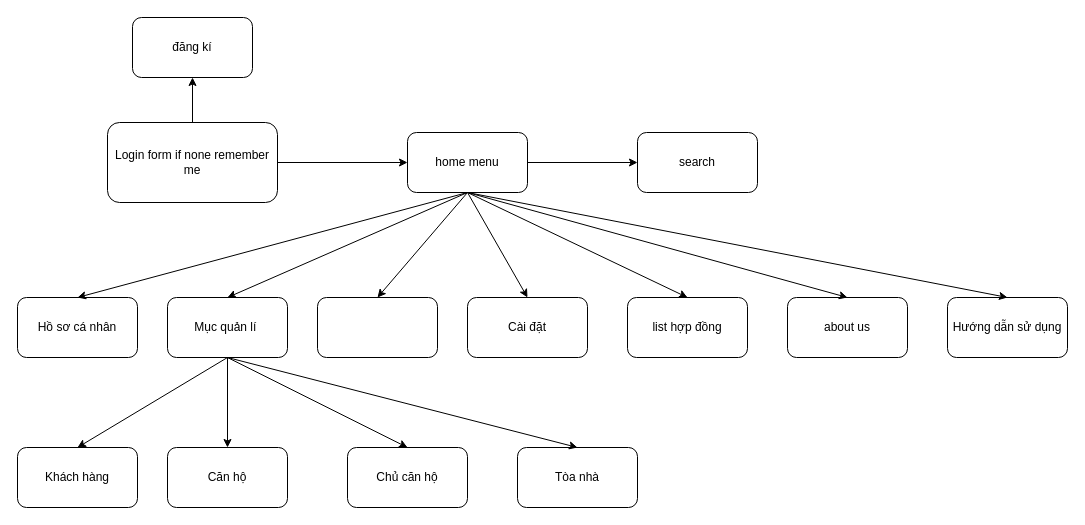
Earlier version of the draw.io diagram plan/SceneDiagram.drawio (DacVuCaMap/Project2-JavaApp). Source tidied: cells renumbered, new cells numbered last; positions are measured from the earlier drawing's top-left corner, leaving out a move shared by most shapes. Both pictures are drawn from the tidied source at 100%, with x=0, y=0 at pixel (17, 17).
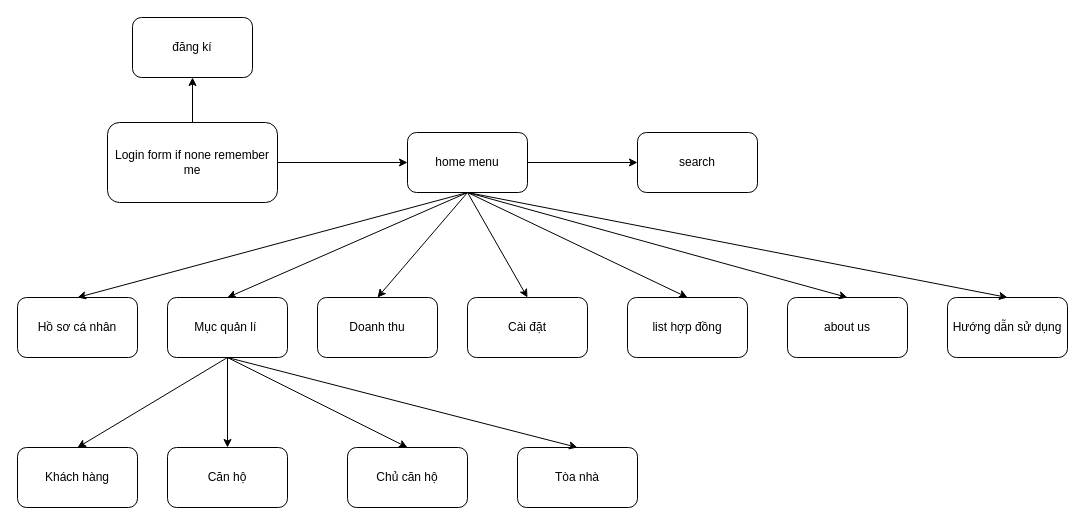
The same page after the edit.

What changed in the source:
```diff
@@
-    <mxCell id="9" style="rounded=1;whiteSpace=wrap;html=1;" parent="1" vertex="1">
+    <mxCell id="9" value="Doanh thu" style="rounded=1;whiteSpace=wrap;html=1;" parent="1" vertex="1">
       <mxGeometry x="300" y="280" width="120" height="60" as="geometry" />
     </mxCell>
```
